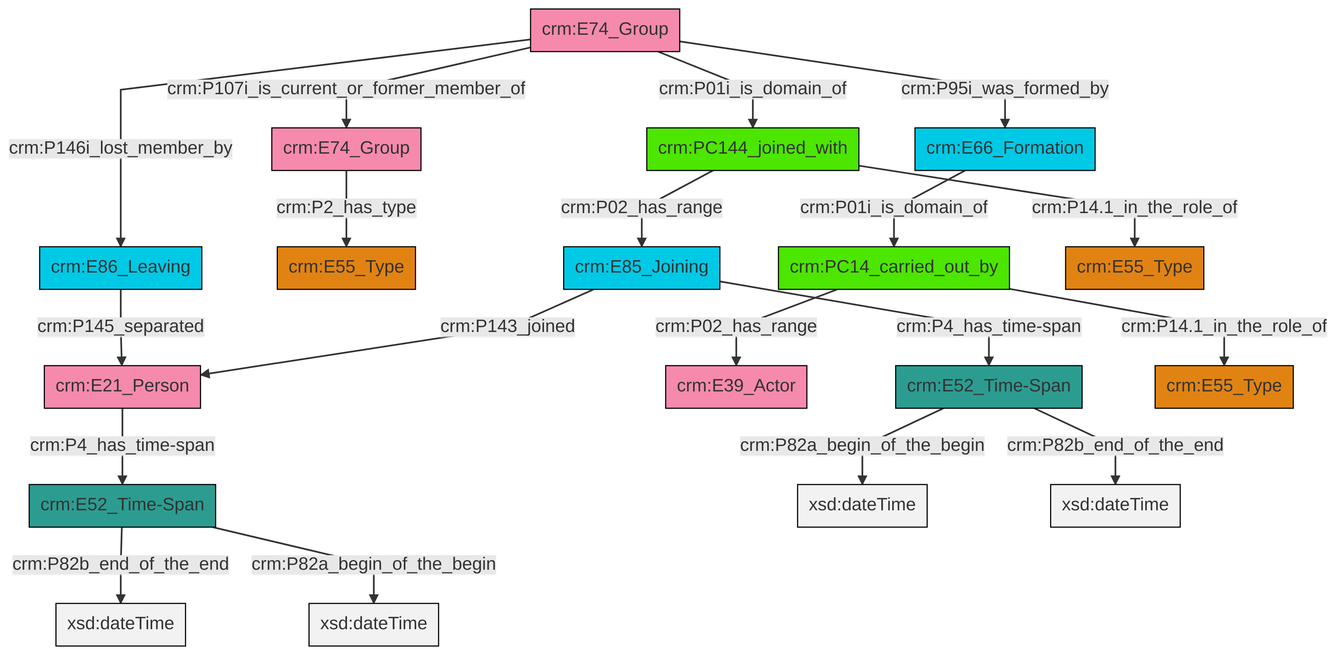
This is et/groupCSV/ttl/mmd/png/group_actor_relations.png from swiss-art-research-net/reference-data-models, a Mermaid export, as it was before one commit. Its source is kept beside it as et/groupCSV/ttl/mmd/group_actor_relations.ttl.mmd.
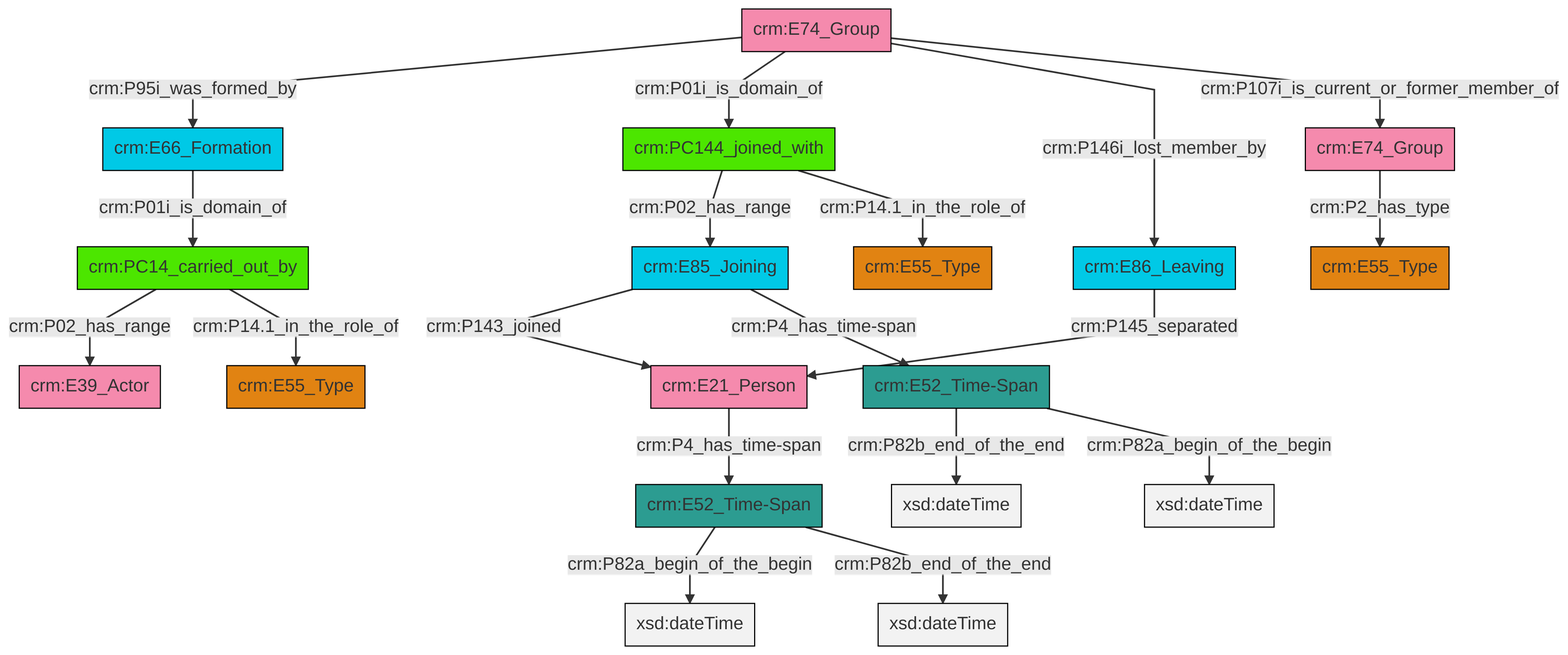
Later version of the same file.

The edit, as a diff of the source:
```diff
@@ -13,21 +13,21 @@
 classDef PC_Classes fill:#4ce600, stroke:#000000;
 classDef Multi fill:#cccccc,stroke:#000000;
 
-0["crm:E85_Joining"]:::Temporal_Entity -->|crm:P4_has_time-span| 1["crm:E52_Time-Span"]:::Time-Span
-2["crm:E52_Time-Span"]:::Time-Span -->|crm:P82b_end_of_the_end| 3[xsd:dateTime]:::Literal
-10["crm:E21_Person"]:::Actor -->|crm:P4_has_time-span| 2["crm:E52_Time-Span"]:::Time-Span
-13["crm:E86_Leaving"]:::Temporal_Entity -->|crm:P145_separated| 10["crm:E21_Person"]:::Actor
-14["crm:PC14_carried_out_by"]:::PC_Classes -->|crm:P14.1_in_the_role_of| 15["crm:E55_Type"]:::Type
-6["crm:E74_Group"]:::Actor -->|crm:P146i_lost_member_by| 13["crm:E86_Leaving"]:::Temporal_Entity
-17["crm:E66_Formation"]:::Temporal_Entity -->|crm:P01i_is_domain_of| 14["crm:PC14_carried_out_by"]:::PC_Classes
-1["crm:E52_Time-Span"]:::Time-Span -->|crm:P82a_begin_of_the_begin| 18[xsd:dateTime]:::Literal
-4["crm:PC144_joined_with"]:::PC_Classes -->|crm:P02_has_range| 0["crm:E85_Joining"]:::Temporal_Entity
-21["crm:E74_Group"]:::Actor -->|crm:P2_has_type| 11["crm:E55_Type"]:::Type
-0["crm:E85_Joining"]:::Temporal_Entity -->|crm:P143_joined| 10["crm:E21_Person"]:::Actor
-14["crm:PC14_carried_out_by"]:::PC_Classes -->|crm:P02_has_range| 8["crm:E39_Actor"]:::Actor
-6["crm:E74_Group"]:::Actor -->|crm:P95i_was_formed_by| 17["crm:E66_Formation"]:::Temporal_Entity
-2["crm:E52_Time-Span"]:::Time-Span -->|crm:P82a_begin_of_the_begin| 23[xsd:dateTime]:::Literal
-6["crm:E74_Group"]:::Actor -->|crm:P107i_is_current_or_former_member_of| 21["crm:E74_Group"]:::Actor
-1["crm:E52_Time-Span"]:::Time-Span -->|crm:P82b_end_of_the_end| 32[xsd:dateTime]:::Literal
-6["crm:E74_Group"]:::Actor -->|crm:P01i_is_domain_of| 4["crm:PC144_joined_with"]:::PC_Classes
-4["crm:PC144_joined_with"]:::PC_Classes -->|crm:P14.1_in_the_role_of| 25["crm:E55_Type"]:::Type
+0["crm:E74_Group"]:::Actor -->|crm:P95i_was_formed_by| 1["crm:E66_Formation"]:::Temporal_Entity
+0["crm:E74_Group"]:::Actor -->|crm:P01i_is_domain_of| 4["crm:PC144_joined_with"]:::PC_Classes
+2["crm:PC14_carried_out_by"]:::PC_Classes -->|crm:P02_has_range| 7["crm:E39_Actor"]:::Actor
+4["crm:PC144_joined_with"]:::PC_Classes -->|crm:P02_has_range| 10["crm:E85_Joining"]:::Temporal_Entity
+1["crm:E66_Formation"]:::Temporal_Entity -->|crm:P01i_is_domain_of| 2["crm:PC14_carried_out_by"]:::PC_Classes
+10["crm:E85_Joining"]:::Temporal_Entity -->|crm:P143_joined| 12["crm:E21_Person"]:::Actor
+14["crm:E52_Time-Span"]:::Time-Span -->|crm:P82b_end_of_the_end| 15[xsd:dateTime]:::Literal
+4["crm:PC144_joined_with"]:::PC_Classes -->|crm:P14.1_in_the_role_of| 16["crm:E55_Type"]:::Type
+14["crm:E52_Time-Span"]:::Time-Span -->|crm:P82a_begin_of_the_begin| 17[xsd:dateTime]:::Literal
+8["crm:E52_Time-Span"]:::Time-Span -->|crm:P82a_begin_of_the_begin| 20[xsd:dateTime]:::Literal
+12["crm:E21_Person"]:::Actor -->|crm:P4_has_time-span| 8["crm:E52_Time-Span"]:::Time-Span
+8["crm:E52_Time-Span"]:::Time-Span -->|crm:P82b_end_of_the_end| 23[xsd:dateTime]:::Literal
+18["crm:E74_Group"]:::Actor -->|crm:P2_has_type| 5["crm:E55_Type"]:::Type
+10["crm:E85_Joining"]:::Temporal_Entity -->|crm:P4_has_time-span| 14["crm:E52_Time-Span"]:::Time-Span
+0["crm:E74_Group"]:::Actor -->|crm:P146i_lost_member_by| 26["crm:E86_Leaving"]:::Temporal_Entity
+2["crm:PC14_carried_out_by"]:::PC_Classes -->|crm:P14.1_in_the_role_of| 21["crm:E55_Type"]:::Type
+0["crm:E74_Group"]:::Actor -->|crm:P107i_is_current_or_former_member_of| 18["crm:E74_Group"]:::Actor
+26["crm:E86_Leaving"]:::Temporal_Entity -->|crm:P145_separated| 12["crm:E21_Person"]:::Actor
```
